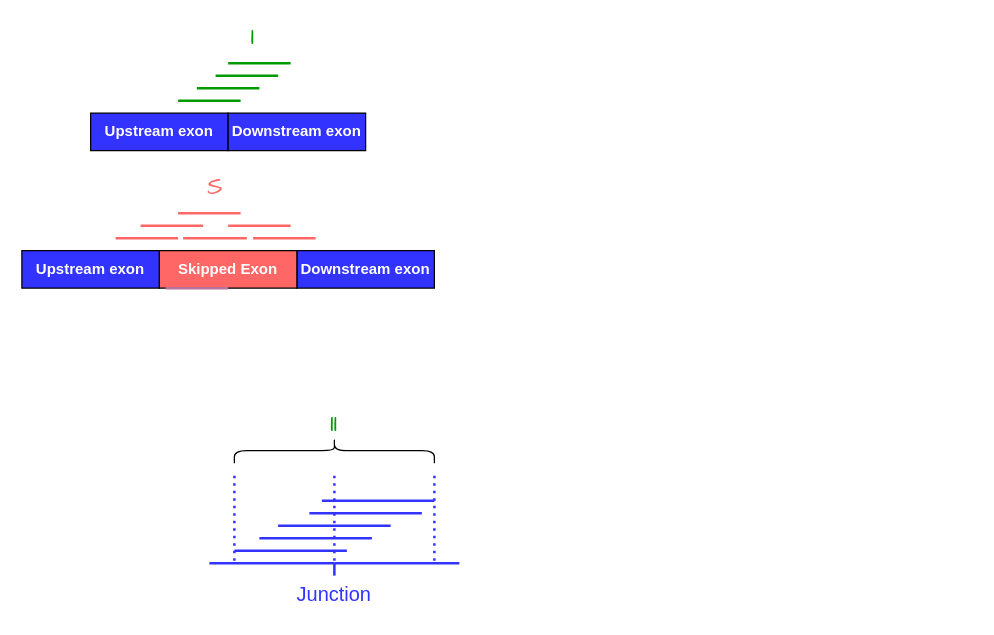
Above: effective length.drawio in zyz-hust/Image-from-drawio (draw.io), before the change. Source tidied: cells renumbered, new cells numbered last; positions are measured from the earlier drawing's top-left corner, leaving out a move shared by most shapes. Both pictures are drawn from the tidied source at 125%, with x=0, y=0 at pixel (21, 25).
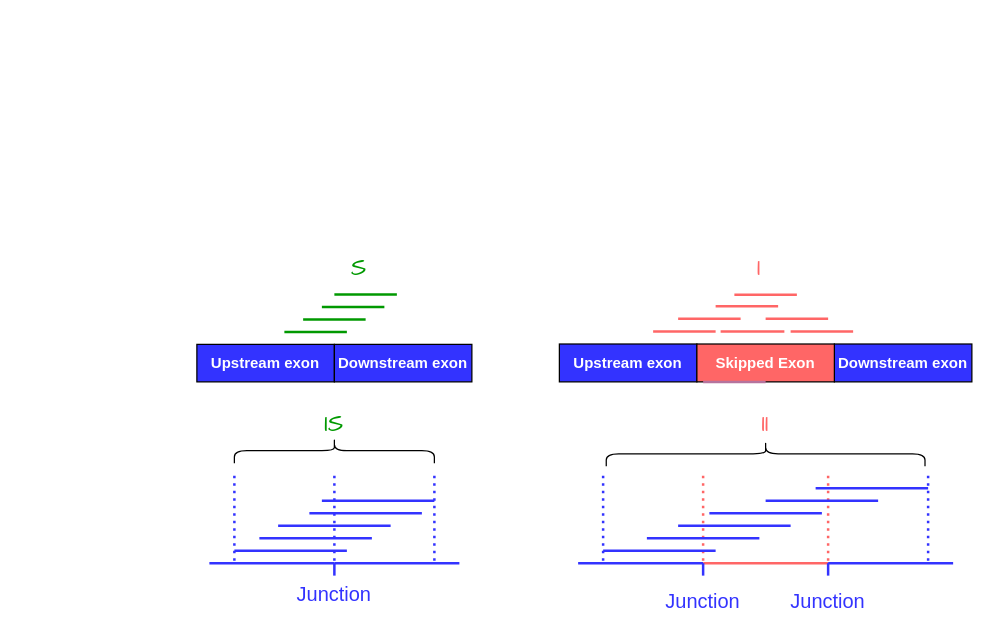
After the change.

The change refers to these unchanged cells:
```xml
<mxCell id="2" style="group;" parent="1" vertex="1">
  <mxGeometry x="150" y="310" width="200" height="155" as="geometry" />
</mxCell>
```

What changed in the source:
```diff
@@
-    <mxCell id="16" value="&lt;font color=&quot;#009900&quot; style=&quot;font-size: 19px&quot; face=&quot;Comic Sans MS&quot;&gt;II&lt;/font&gt;" style="text;html=1;strokeColor=none;fillColor=none;align=center;verticalAlign=middle;whiteSpace=wrap;rounded=0;" parent="2" vertex="1">
+    <mxCell id="16" value="&lt;font color=&quot;#009900&quot; style=&quot;font-size: 19px&quot; face=&quot;Comic Sans MS&quot;&gt;IS&lt;/font&gt;" style="text;html=1;strokeColor=none;fillColor=none;align=center;verticalAlign=middle;whiteSpace=wrap;rounded=0;" parent="2" vertex="1">
       <mxGeometry x="80" width="40" height="20" as="geometry" />
     </mxCell>
-    <mxCell id="17" style="group;" parent="1" vertex="1">
-      <mxGeometry width="330" height="210" as="geometry" />
-    </mxCell>
-    <mxCell id="18" style="group;" parent="17" vertex="1">
-      <mxGeometry x="55" y="70" width="220" height="30" as="geometry" />
-    </mxCell>
-    <mxCell id="19" value="&lt;b&gt;&lt;font color=&quot;#ffffff&quot;&gt;Upstream exon&lt;/font&gt;&lt;/b&gt;" style="rounded=0;whiteSpace=wrap;html=1;fillColor=#3333FF;" parent="18" vertex="1">
-      <mxGeometry width="110" height="30" as="geometry" />
-    </mxCell>
-    <mxCell id="20" value="&lt;b&gt;&lt;font color=&quot;#ffffff&quot;&gt;Downstream exon&lt;/font&gt;&lt;/b&gt;" style="rounded=0;whiteSpace=wrap;html=1;fillColor=#3333FF;" parent="18" vertex="1">
-      <mxGeometry x="110" width="110" height="30" as="geometry" />
-    </mxCell>
+    <mxCell id="38" style="group;" parent="1" vertex="1">
+      <mxGeometry x="430" y="185" width="330" height="100" as="geometry" />
+    </mxCell>
-    <mxCell id="21" style="group;" parent="17" vertex="1">
-      <mxGeometry y="180" width="330" height="30" as="geometry" />
+    <mxCell id="21" style="group;" parent="38" vertex="1">
+      <mxGeometry y="69.7" width="330" height="30.3" as="geometry" />
     </mxCell>
     <mxCell id="22" value="&lt;b&gt;&lt;font color=&quot;#ffffff&quot;&gt;Downstream exon&lt;/font&gt;&lt;/b&gt;" style="rounded=0;whiteSpace=wrap;html=1;fillColor=#3333FF;" parent="21" vertex="1">
-      <mxGeometry x="220" width="110" height="30" as="geometry" />
+      <mxGeometry x="220" width="110" height="30.3" as="geometry" />
     </mxCell>
     <mxCell id="23" value="&lt;b&gt;&lt;font color=&quot;#ffffff&quot;&gt;Upstream exon&lt;/font&gt;&lt;/b&gt;" style="rounded=0;whiteSpace=wrap;html=1;fillColor=#3333FF;" parent="21" vertex="1">
-      <mxGeometry width="110" height="30" as="geometry" />
+      <mxGeometry width="110" height="30.3" as="geometry" />
     </mxCell>
     <mxCell id="24" value="&lt;b&gt;&lt;font color=&quot;#ffffff&quot;&gt;Skipped Exon&lt;/font&gt;&lt;/b&gt;" style="rounded=0;whiteSpace=wrap;html=1;fillColor=#FF6666;" parent="21" vertex="1">
-      <mxGeometry x="110" width="110" height="30" as="geometry" />
+      <mxGeometry x="110" width="110" height="30.3" as="geometry" />
     </mxCell>
-    <mxCell id="25" style="endArrow=none;html=1;strokeWidth=2;fillColor=#008a00;strokeColor=#009900;" parent="17" edge="1">
-      <mxGeometry as="geometry">
-        <mxPoint x="175" y="60" as="sourcePoint" />
-        <mxPoint x="125" y="60" as="targetPoint" />
-      </mxGeometry>
-    </mxCell>
-    <mxCell id="26" style="endArrow=none;html=1;strokeWidth=2;fillColor=#008a00;strokeColor=#009900;" parent="17" edge="1">
-      <mxGeometry as="geometry">
-        <mxPoint x="190" y="50" as="sourcePoint" />
-        <mxPoint x="140" y="50" as="targetPoint" />
-      </mxGeometry>
-    </mxCell>
-    <mxCell id="27" style="endArrow=none;html=1;strokeWidth=2;fillColor=#008a00;strokeColor=#009900;" parent="17" edge="1">
-      <mxGeometry as="geometry">
-        <mxPoint x="205" y="40" as="sourcePoint" />
-        <mxPoint x="155" y="40" as="targetPoint" />
-      </mxGeometry>
-    </mxCell>
-    <mxCell id="28" style="endArrow=none;html=1;strokeWidth=2;fillColor=#008a00;strokeColor=#009900;" parent="17" edge="1">
-      <mxGeometry as="geometry">
-        <mxPoint x="215" y="30" as="sourcePoint" />
-        <mxPoint x="165" y="30" as="targetPoint" />
-      </mxGeometry>
-    </mxCell>
-    <mxCell id="29" style="endArrow=none;html=1;strokeWidth=2;fillColor=#008a00;strokeColor=#FF6666;" parent="17" edge="1">
-      <mxGeometry as="geometry">
-        <mxPoint x="125" y="170" as="sourcePoint" />
-        <mxPoint x="75" y="170" as="targetPoint" />
+    <mxCell id="29" style="endArrow=none;html=1;strokeWidth=2;fillColor=#008a00;strokeColor=#FF6666;" parent="38" edge="1">
+      <mxGeometry y="-112.1" as="geometry">
+        <mxPoint x="125" y="59.6" as="sourcePoint" />
+        <mxPoint x="75" y="59.6" as="targetPoint" />
       </mxGeometry>
     </mxCell>
-    <mxCell id="30" style="endArrow=none;html=1;strokeWidth=2;fillColor=#008a00;strokeColor=#FF6666;" parent="17" edge="1">
-      <mxGeometry as="geometry">
-        <mxPoint x="235" y="170" as="sourcePoint" />
-        <mxPoint x="185" y="170" as="targetPoint" />
+    <mxCell id="30" style="endArrow=none;html=1;strokeWidth=2;fillColor=#008a00;strokeColor=#FF6666;" parent="38" edge="1">
+      <mxGeometry y="-112.1" as="geometry">
+        <mxPoint x="235" y="59.6" as="sourcePoint" />
+        <mxPoint x="185" y="59.6" as="targetPoint" />
       </mxGeometry>
     </mxCell>
-    <mxCell id="31" style="endArrow=none;html=1;strokeWidth=2;fillColor=#008a00;strokeColor=#FF6666;" parent="17" edge="1">
-      <mxGeometry as="geometry">
-        <mxPoint x="145" y="160" as="sourcePoint" />
-        <mxPoint x="95" y="160" as="targetPoint" />
+    <mxCell id="31" style="endArrow=none;html=1;strokeWidth=2;fillColor=#008a00;strokeColor=#FF6666;" parent="38" edge="1">
+      <mxGeometry y="-112.1" as="geometry">
+        <mxPoint x="145" y="49.5" as="sourcePoint" />
+        <mxPoint x="95" y="49.5" as="targetPoint" />
       </mxGeometry>
     </mxCell>
-    <mxCell id="32" style="endArrow=none;html=1;strokeWidth=2;fillColor=#008a00;strokeColor=#FF6666;" parent="17" edge="1">
-      <mxGeometry as="geometry">
-        <mxPoint x="215" y="160" as="sourcePoint" />
-        <mxPoint x="165" y="160" as="targetPoint" />
+    <mxCell id="32" style="endArrow=none;html=1;strokeWidth=2;fillColor=#008a00;strokeColor=#FF6666;" parent="38" edge="1">
+      <mxGeometry y="-112.1" as="geometry">
+        <mxPoint x="215" y="49.5" as="sourcePoint" />
+        <mxPoint x="165" y="49.5" as="targetPoint" />
       </mxGeometry>
     </mxCell>
-    <mxCell id="33" style="endArrow=none;html=1;strokeWidth=2;fillColor=#008a00;strokeColor=#B5739D;" parent="17" edge="1">
-      <mxGeometry as="geometry">
-        <mxPoint x="165" y="210" as="sourcePoint" />
-        <mxPoint x="115" y="210" as="targetPoint" />
+    <mxCell id="33" style="endArrow=none;html=1;strokeWidth=2;fillColor=#008a00;strokeColor=#B5739D;" parent="38" edge="1">
+      <mxGeometry y="-112.1" as="geometry">
+        <mxPoint x="165" y="100" as="sourcePoint" />
+        <mxPoint x="115" y="100" as="targetPoint" />
       </mxGeometry>
     </mxCell>
-    <mxCell id="34" style="endArrow=none;html=1;strokeWidth=2;fillColor=#008a00;strokeColor=#FF6666;" parent="17" edge="1">
-      <mxGeometry as="geometry">
-        <mxPoint x="175" y="150" as="sourcePoint" />
-        <mxPoint x="125" y="150" as="targetPoint" />
+    <mxCell id="34" style="endArrow=none;html=1;strokeWidth=2;fillColor=#008a00;strokeColor=#FF6666;" parent="38" edge="1">
+      <mxGeometry y="-112.1" as="geometry">
+        <mxPoint x="175" y="39.4" as="sourcePoint" />
+        <mxPoint x="125" y="39.4" as="targetPoint" />
       </mxGeometry>
     </mxCell>
-    <mxCell id="35" style="endArrow=none;html=1;strokeWidth=2;fillColor=#008a00;strokeColor=#FF6666;" parent="17" edge="1">
-      <mxGeometry as="geometry">
-        <mxPoint x="180" y="170" as="sourcePoint" />
-        <mxPoint x="129" y="170" as="targetPoint" />
+    <mxCell id="35" style="endArrow=none;html=1;strokeWidth=2;fillColor=#008a00;strokeColor=#FF6666;" parent="38" edge="1">
+      <mxGeometry y="-112.1" as="geometry">
+        <mxPoint x="180" y="59.6" as="sourcePoint" />
+        <mxPoint x="129" y="59.6" as="targetPoint" />
       </mxGeometry>
     </mxCell>
+    <mxCell id="37" value="&lt;font color=&quot;#ff6666&quot; face=&quot;Comic Sans MS&quot;&gt;&lt;span style=&quot;font-size: 19px&quot;&gt;I&lt;/span&gt;&lt;/font&gt;" style="text;html=1;strokeColor=none;fillColor=none;align=center;verticalAlign=middle;whiteSpace=wrap;rounded=0;" parent="38" vertex="1">
+      <mxGeometry x="140" width="40" height="20.2" as="geometry" />
+    </mxCell>
+    <mxCell id="39" style="endArrow=none;html=1;strokeWidth=2;fillColor=#008a00;strokeColor=#FF6666;" parent="38" edge="1">
+      <mxGeometry x="15" y="-121.2" as="geometry">
+        <mxPoint x="190" y="30.3" as="sourcePoint" />
+        <mxPoint x="140" y="30.3" as="targetPoint" />
+      </mxGeometry>
+    </mxCell>
+    <mxCell id="40" style="group;" parent="1" vertex="1">
+      <mxGeometry x="140" y="185" width="220" height="100" as="geometry" />
+    </mxCell>
+    <mxCell id="18" style="group;" parent="40" vertex="1">
+      <mxGeometry y="70" width="220" height="30" as="geometry" />
+    </mxCell>
+    <mxCell id="19" value="&lt;b&gt;&lt;font color=&quot;#ffffff&quot;&gt;Upstream exon&lt;/font&gt;&lt;/b&gt;" style="rounded=0;whiteSpace=wrap;html=1;fillColor=#3333FF;" parent="18" vertex="1">
+      <mxGeometry width="110" height="30" as="geometry" />
+    </mxCell>
+    <mxCell id="20" value="&lt;b&gt;&lt;font color=&quot;#ffffff&quot;&gt;Downstream exon&lt;/font&gt;&lt;/b&gt;" style="rounded=0;whiteSpace=wrap;html=1;fillColor=#3333FF;" parent="18" vertex="1">
+      <mxGeometry x="110" width="110" height="30" as="geometry" />
+    </mxCell>
+    <mxCell id="25" style="endArrow=none;html=1;strokeWidth=2;fillColor=#008a00;strokeColor=#009900;" parent="40" edge="1">
+      <mxGeometry x="-55" as="geometry">
+        <mxPoint x="120" y="60" as="sourcePoint" />
+        <mxPoint x="70" y="60" as="targetPoint" />
+      </mxGeometry>
+    </mxCell>
+    <mxCell id="26" style="endArrow=none;html=1;strokeWidth=2;fillColor=#008a00;strokeColor=#009900;" parent="40" edge="1">
+      <mxGeometry x="-55" as="geometry">
+        <mxPoint x="135" y="50" as="sourcePoint" />
+        <mxPoint x="85" y="50" as="targetPoint" />
+      </mxGeometry>
+    </mxCell>
+    <mxCell id="27" style="endArrow=none;html=1;strokeWidth=2;fillColor=#008a00;strokeColor=#009900;" parent="40" edge="1">
+      <mxGeometry x="-55" as="geometry">
+        <mxPoint x="150" y="40" as="sourcePoint" />
+        <mxPoint x="100" y="40" as="targetPoint" />
+      </mxGeometry>
+    </mxCell>
+    <mxCell id="28" style="endArrow=none;html=1;strokeWidth=2;fillColor=#008a00;strokeColor=#009900;" parent="40" edge="1">
+      <mxGeometry x="-55" as="geometry">
+        <mxPoint x="160" y="30" as="sourcePoint" />
+        <mxPoint x="110" y="30" as="targetPoint" />
+      </mxGeometry>
+    </mxCell>
-    <mxCell id="36" value="&lt;font color=&quot;#009900&quot; style=&quot;font-size: 19px&quot; face=&quot;Comic Sans MS&quot;&gt;I&lt;/font&gt;" style="text;html=1;strokeColor=none;fillColor=none;align=center;verticalAlign=middle;whiteSpace=wrap;rounded=0;" parent="17" vertex="1">
-      <mxGeometry x="165" width="40" height="20" as="geometry" />
+    <mxCell id="36" value="&lt;font color=&quot;#009900&quot; style=&quot;font-size: 19px&quot; face=&quot;Comic Sans MS&quot;&gt;S&lt;/font&gt;" style="text;html=1;strokeColor=none;fillColor=none;align=center;verticalAlign=middle;whiteSpace=wrap;rounded=0;" parent="40" vertex="1">
+      <mxGeometry x="110" width="40" height="20" as="geometry" />
     </mxCell>
-    <mxCell id="37" value="&lt;font face=&quot;Comic Sans MS&quot; color=&quot;#ff6666&quot;&gt;&lt;span style=&quot;font-size: 19px&quot;&gt;S&lt;/span&gt;&lt;/font&gt;" style="text;html=1;strokeColor=none;fillColor=none;align=center;verticalAlign=middle;whiteSpace=wrap;rounded=0;" parent="17" vertex="1">
-      <mxGeometry x="135" y="120" width="40" height="20" as="geometry" />
-    </mxCell>
+    <mxCell id="41" style="group;" parent="1" vertex="1">
+      <mxGeometry x="445" y="310" width="300" height="160" as="geometry" />
+    </mxCell>
+    <mxCell id="42" style="endArrow=none;html=1;strokeWidth=2;fontColor=#3333FF;strokeColor=#3333FF;" parent="41" edge="1">
+      <mxGeometry relative="1" as="geometry">
+        <mxPoint y="120" as="sourcePoint" />
+        <mxPoint x="100" y="120" as="targetPoint" />
+      </mxGeometry>
+    </mxCell>
+    <mxCell id="43" style="endArrow=none;html=1;strokeWidth=2;strokeColor=#FF6666;" parent="41" edge="1">
+      <mxGeometry relative="1" as="geometry">
+        <mxPoint x="100" y="120" as="sourcePoint" />
+        <mxPoint x="200" y="120" as="targetPoint" />
+      </mxGeometry>
+    </mxCell>
+    <mxCell id="44" style="endArrow=none;html=1;strokeWidth=2;strokeColor=#3333FF;" parent="41" edge="1">
+      <mxGeometry relative="1" as="geometry">
+        <mxPoint x="200" y="120" as="sourcePoint" />
+        <mxPoint x="300" y="120" as="targetPoint" />
+      </mxGeometry>
+    </mxCell>
+    <mxCell id="45" style="endArrow=none;dashed=1;html=1;dashPattern=1 2;strokeWidth=2;fontSize=16;fontColor=#3333FF;strokeColor=#FF6666;" parent="41" edge="1">
+      <mxGeometry relative="1" as="geometry">
+        <mxPoint x="100" y="50" as="sourcePoint" />
+        <mxPoint x="100" y="120" as="targetPoint" />
+      </mxGeometry>
+    </mxCell>
+    <mxCell id="46" style="endArrow=none;dashed=1;html=1;dashPattern=1 2;strokeWidth=2;fontSize=16;fontColor=#3333FF;strokeColor=#FF6666;" parent="41" edge="1">
+      <mxGeometry relative="1" as="geometry">
+        <mxPoint x="200" y="50" as="sourcePoint" />
+        <mxPoint x="200" y="120" as="targetPoint" />
+      </mxGeometry>
+    </mxCell>
+    <mxCell id="47" style="endArrow=none;html=1;strokeColor=#3333FF;strokeWidth=2;fontSize=16;fontColor=#3333FF;" parent="41" edge="1">
+      <mxGeometry relative="1" as="geometry">
+        <mxPoint x="20" y="110" as="sourcePoint" />
+        <mxPoint x="110" y="110" as="targetPoint" />
+      </mxGeometry>
+    </mxCell>
+    <mxCell id="48" style="endArrow=none;html=1;strokeWidth=2;strokeColor=#3333FF;" parent="41" edge="1">
+      <mxGeometry relative="1" as="geometry">
+        <mxPoint x="100" y="130" as="sourcePoint" />
+        <mxPoint x="100" y="120" as="targetPoint" />
+      </mxGeometry>
+    </mxCell>
+    <mxCell id="49" style="endArrow=none;html=1;strokeWidth=2;strokeColor=#3333FF;" parent="41" edge="1">
+      <mxGeometry relative="1" as="geometry">
+        <mxPoint x="200" y="130" as="sourcePoint" />
+        <mxPoint x="200" y="120" as="targetPoint" />
+      </mxGeometry>
+    </mxCell>
+    <mxCell id="50" value="Junction" style="text;html=1;strokeColor=none;fillColor=none;align=center;verticalAlign=middle;whiteSpace=wrap;rounded=0;fontColor=#3333FF;fontSize=16;" parent="41" vertex="1">
+      <mxGeometry x="80" y="140" width="40" height="20" as="geometry" />
+    </mxCell>
+    <mxCell id="51" value="Junction" style="text;html=1;strokeColor=none;fillColor=none;align=center;verticalAlign=middle;whiteSpace=wrap;rounded=0;fontColor=#3333FF;fontSize=16;" parent="41" vertex="1">
+      <mxGeometry x="180" y="140" width="40" height="20" as="geometry" />
+    </mxCell>
+    <mxCell id="52" style="endArrow=none;html=1;strokeColor=#3333FF;strokeWidth=2;fontSize=16;fontColor=#3333FF;" parent="41" edge="1">
+      <mxGeometry relative="1" as="geometry">
+        <mxPoint x="55" y="100" as="sourcePoint" />
+        <mxPoint x="145" y="100" as="targetPoint" />
+      </mxGeometry>
+    </mxCell>
+    <mxCell id="53" style="endArrow=none;html=1;strokeColor=#3333FF;strokeWidth=2;fontSize=16;fontColor=#3333FF;" parent="41" edge="1">
+      <mxGeometry relative="1" as="geometry">
+        <mxPoint x="80" y="90" as="sourcePoint" />
+        <mxPoint x="170" y="90" as="targetPoint" />
+      </mxGeometry>
+    </mxCell>
+    <mxCell id="54" style="endArrow=none;html=1;strokeColor=#3333FF;strokeWidth=2;fontSize=16;fontColor=#3333FF;" parent="41" edge="1">
+      <mxGeometry relative="1" as="geometry">
+        <mxPoint x="190" y="60" as="sourcePoint" />
+        <mxPoint x="280" y="60" as="targetPoint" />
+      </mxGeometry>
+    </mxCell>
+    <mxCell id="55" style="endArrow=none;html=1;strokeColor=#3333FF;strokeWidth=2;fontSize=16;fontColor=#3333FF;" parent="41" edge="1">
+      <mxGeometry relative="1" as="geometry">
+        <mxPoint x="150" y="70" as="sourcePoint" />
+        <mxPoint x="240" y="70" as="targetPoint" />
+      </mxGeometry>
+    </mxCell>
+    <mxCell id="56" style="endArrow=none;html=1;strokeColor=#3333FF;strokeWidth=2;fontSize=16;fontColor=#3333FF;" parent="41" edge="1">
+      <mxGeometry relative="1" as="geometry">
+        <mxPoint x="105" y="80" as="sourcePoint" />
+        <mxPoint x="195" y="80" as="targetPoint" />
+      </mxGeometry>
+    </mxCell>
+    <mxCell id="57" style="endArrow=none;dashed=1;html=1;dashPattern=1 2;strokeWidth=2;fontSize=16;fontColor=#3333FF;strokeColor=#3333FF;" parent="41" edge="1">
+      <mxGeometry relative="1" as="geometry">
+        <mxPoint x="280" y="50" as="sourcePoint" />
+        <mxPoint x="280" y="120" as="targetPoint" />
+      </mxGeometry>
+    </mxCell>
+    <mxCell id="58" style="endArrow=none;dashed=1;html=1;dashPattern=1 2;strokeWidth=2;fontSize=16;fontColor=#3333FF;strokeColor=#3333FF;" parent="41" edge="1">
+      <mxGeometry relative="1" as="geometry">
+        <mxPoint x="20" y="50" as="sourcePoint" />
+        <mxPoint x="20" y="120" as="targetPoint" />
+      </mxGeometry>
+    </mxCell>
+    <mxCell id="59" style="shape=curlyBracket;whiteSpace=wrap;html=1;rounded=1;fillColor=none;fontSize=16;fontColor=#3333FF;rotation=90;" parent="41" vertex="1">
+      <mxGeometry x="140" y="-95" width="20" height="255" as="geometry" />
+    </mxCell>
+    <mxCell id="60" value="&lt;font style=&quot;font-size: 19px&quot; face=&quot;Comic Sans MS&quot; color=&quot;#ff6666&quot;&gt;II&lt;/font&gt;" style="text;html=1;strokeColor=none;fillColor=none;align=center;verticalAlign=middle;whiteSpace=wrap;rounded=0;" parent="41" vertex="1">
+      <mxGeometry x="130" width="40" height="20" as="geometry" />
+    </mxCell>
```
